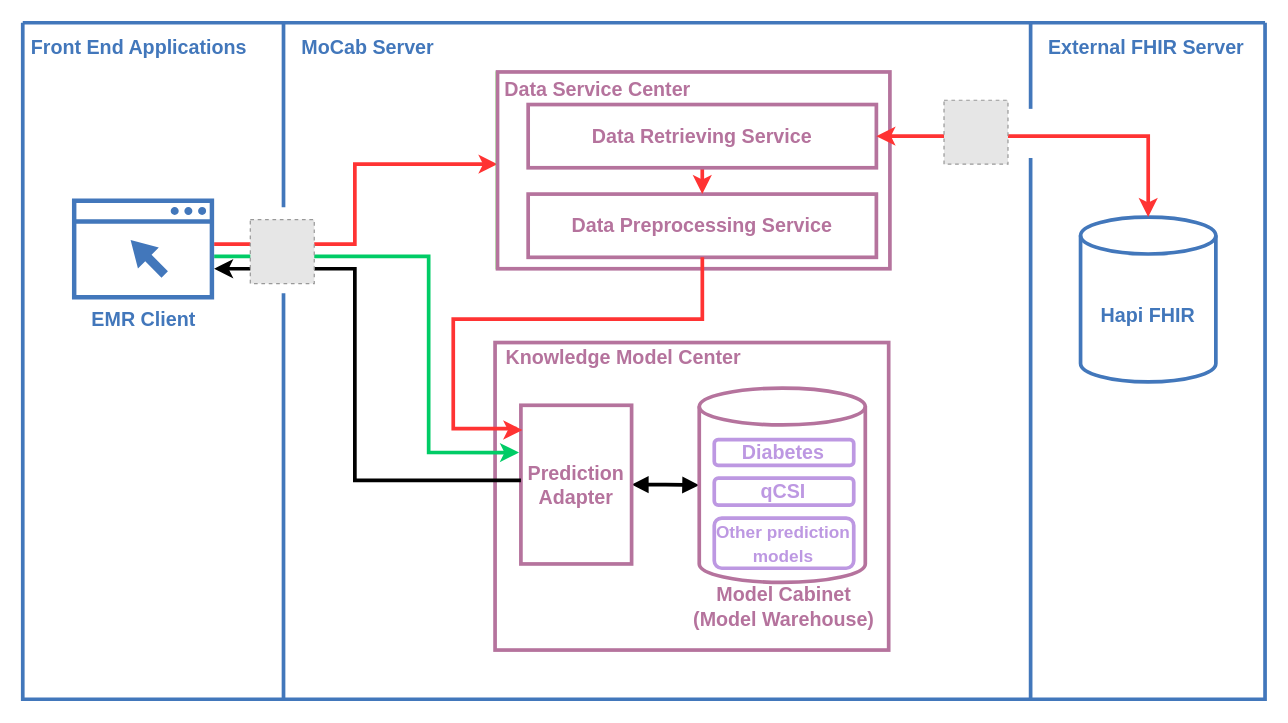
The draw.io diagram Document/Mocab Architecture_simplify_structure_1.drawio in billkuojhgf/Model-on-fhir, before the edit. Source tidied: cells renumbered, new cells numbered last; positions are measured from the earlier drawing's top-left corner, leaving out a move shared by most shapes. Both pictures are drawn from the tidied source at 123%, with x=0, y=0 at pixel (22, 22). Pictures stored in the file or linked from it are replaced by grey dashed boxes.
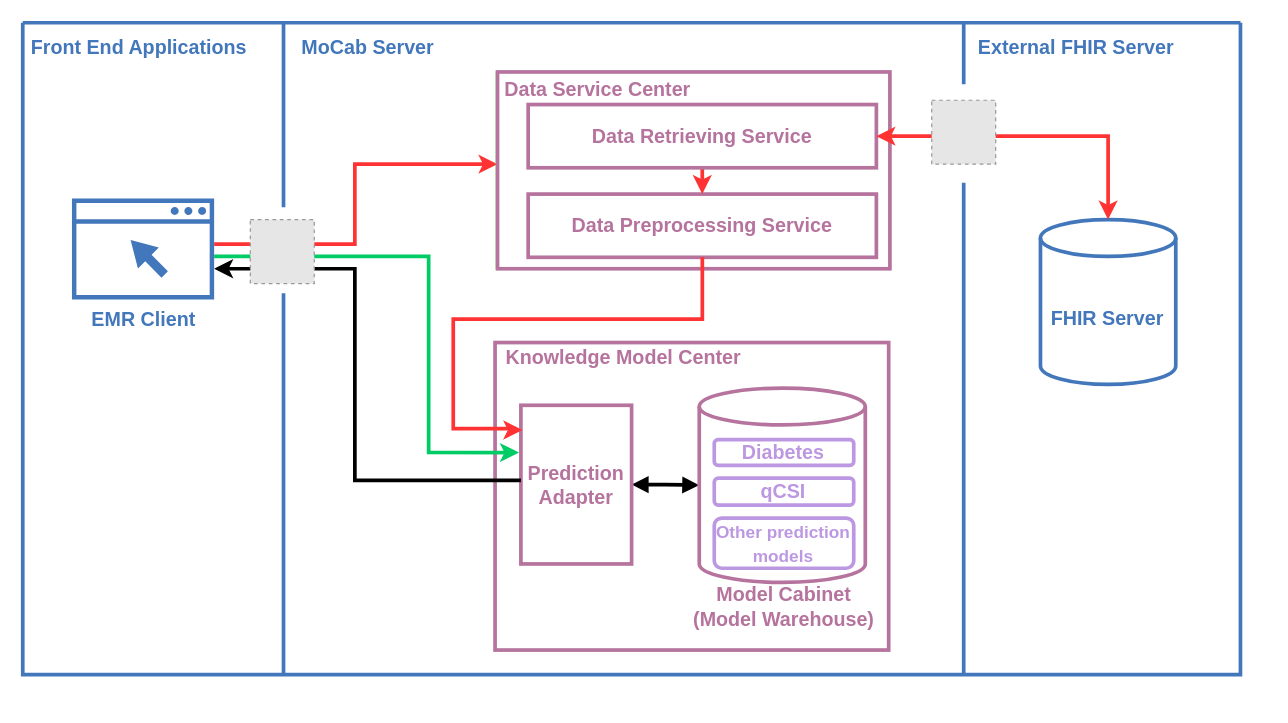
After the change.

Change to the diagram source:
```diff
@@
     <mxCell id="2" style="swimlane;shadow=0;strokeColor=#4277BB;fillColor=#ffffff;fontColor=none;align=right;startSize=0;noLabel=1;strokeWidth=3;fontSize=16;" parent="1" vertex="1">
-      <mxGeometry width="1010" height="550" as="geometry" />
+      <mxGeometry width="990" height="530" as="geometry" />
     </mxCell>
@@
     <mxCell id="6" style="line;strokeWidth=3;direction=south;html=1;shadow=0;labelBackgroundColor=none;fillColor=none;gradientColor=none;fontSize=16;fontColor=#4277BB;align=right;strokeColor=#4277BB;" parent="2" vertex="1">
-      <mxGeometry x="814.4" width="10" height="70" as="geometry" />
+      <mxGeometry x="760" width="10" height="50" as="geometry" />
     </mxCell>
@@
     <mxCell id="8" value="&lt;font style=&quot;font-size: 16px;&quot;&gt;External FHIR Server&lt;/font&gt;" style="text;html=1;align=left;verticalAlign=middle;fontColor=#4277BB;shadow=0;dashed=0;strokeColor=none;fillColor=none;labelBackgroundColor=none;fontStyle=1;fontSize=16;spacingLeft=5;" parent="2" vertex="1">
-      <mxGeometry x="827.4" y="10" width="150" height="20" as="geometry" />
+      <mxGeometry x="770" y="10" width="150" height="20" as="geometry" />
     </mxCell>
@@
-    <mxCell id="12" value="&lt;b style=&quot;font-size: 16px;&quot;&gt;&lt;font color=&quot;#4277bb&quot; style=&quot;font-size: 16px;&quot;&gt;Hapi FHIR&lt;/font&gt;&lt;/b&gt;" style="shape=cylinder3;whiteSpace=wrap;html=1;boundedLbl=1;backgroundOutline=1;size=15;fontColor=#FF9933;strokeColor=#4277BB;strokeWidth=3;fillColor=none;fontSize=16;" parent="2" vertex="1">
-      <mxGeometry x="860" y="158" width="110" height="134" as="geometry" />
+    <mxCell id="12" value="&lt;b style=&quot;font-size: 16px;&quot;&gt;&lt;font color=&quot;#4277bb&quot; style=&quot;font-size: 16px;&quot;&gt;FHIR Server&lt;/font&gt;&lt;/b&gt;" style="shape=cylinder3;whiteSpace=wrap;html=1;boundedLbl=1;backgroundOutline=1;size=15;fontColor=#FF9933;strokeColor=#4277BB;strokeWidth=3;fillColor=none;fontSize=16;" parent="2" vertex="1">
+      <mxGeometry x="827.4" y="160" width="110" height="134" as="geometry" />
     </mxCell>
@@
     <mxCell id="29" style="line;strokeWidth=3;direction=south;html=1;shadow=0;labelBackgroundColor=none;fillColor=none;gradientColor=none;fontSize=16;fontColor=#4277BB;align=right;strokeColor=#4277BB;" parent="2" vertex="1">
-      <mxGeometry x="814.4" y="110" width="10" height="440" as="geometry" />
+      <mxGeometry x="760" y="130" width="10" height="400" as="geometry" />
     </mxCell>
@@
     <mxCell id="32" style="line;strokeWidth=3;direction=south;html=1;shadow=0;labelBackgroundColor=none;fillColor=none;gradientColor=none;fontSize=16;fontColor=#4277BB;align=right;strokeColor=#4277BB;" parent="2" vertex="1">
-      <mxGeometry x="207" y="220" width="10" height="330" as="geometry" />
+      <mxGeometry x="207" y="220" width="10" height="310" as="geometry" />
     </mxCell>
@@
     <mxCell id="34" style="fillColor=#E6E6E6;strokeColor=#999999;dashed=1;verticalLabelPosition=bottom;labelBackgroundColor=default;verticalAlign=top;fontSize=16;" parent="2" vertex="1">
-      <mxGeometry x="749" y="63" width="52" height="52" as="geometry" />
+      <mxGeometry x="739" y="63" width="52" height="52" as="geometry" />
     </mxCell>
```
